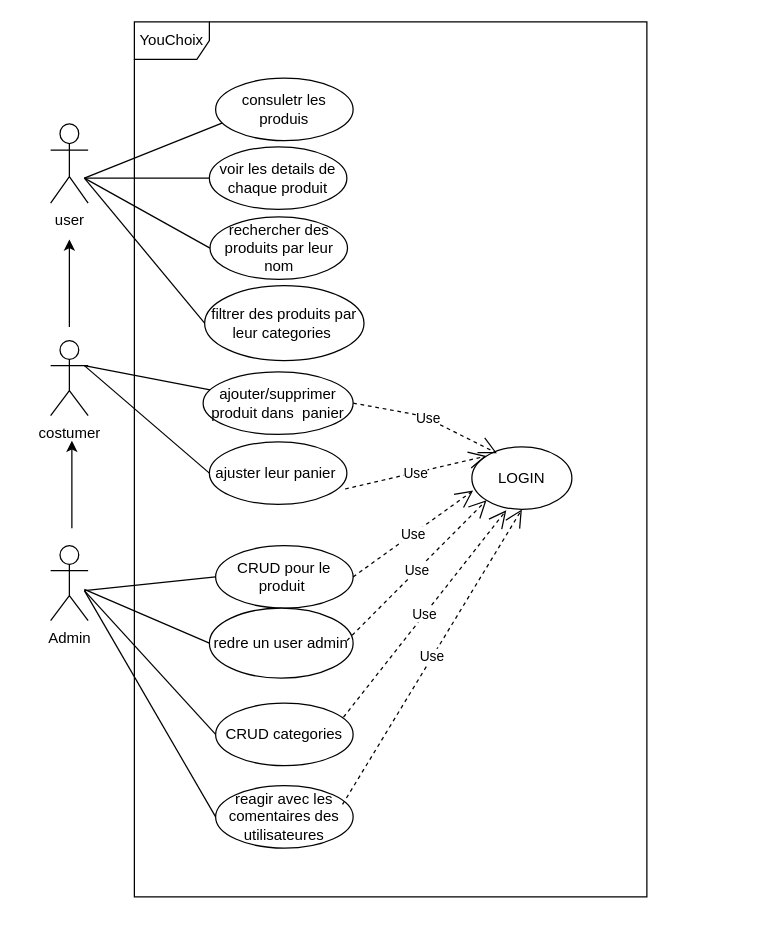
Earlier version of the draw.io diagram conception/DUC.drawio (AmeksaKhadija/FilRouge). Source tidied: cells renumbered, new cells numbered last; positions are measured from the earlier drawing's top-left corner, leaving out a move shared by most shapes. Both pictures are drawn from the tidied source at 125%, with x=0, y=0 at pixel (50, 21).
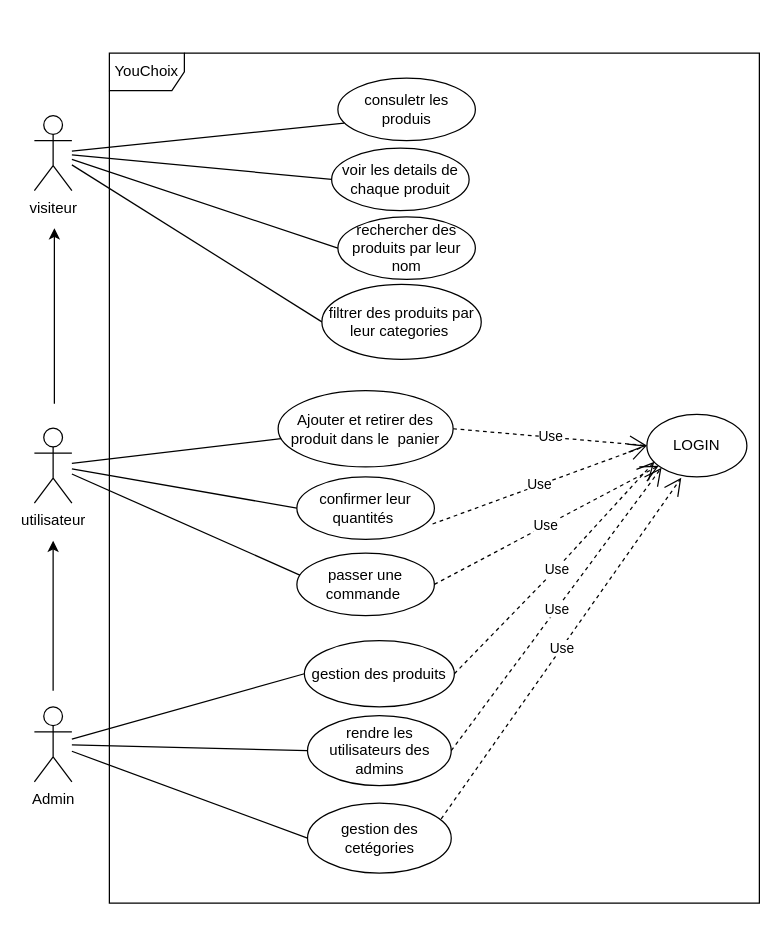
After the change.

Commit message (it also covers changes not shown here):
modification des diagrammes

What changed in the source:
```diff
@@
     <mxCell id="2" value="YouChoix" style="shape=umlFrame;whiteSpace=wrap;html=1;fillColor=default;" parent="1" vertex="1">
-      <mxGeometry x="67" width="410" height="700" as="geometry" />
+      <mxGeometry x="47" y="25" width="520" height="680" as="geometry" />
     </mxCell>
-    <mxCell id="3" value="costumer" style="shape=umlActor;verticalLabelPosition=bottom;labelBackgroundColor=#ffffff;verticalAlign=top;html=1;" parent="1" vertex="1">
-      <mxGeometry y="255" width="30" height="60" as="geometry" />
-    </mxCell>
     <mxCell id="4" value="consuletr les produis" style="ellipse;whiteSpace=wrap;html=1;" parent="1" vertex="1">
-      <mxGeometry x="132" y="45" width="110" height="50" as="geometry" />
+      <mxGeometry x="229.8" y="45" width="110" height="50" as="geometry" />
     </mxCell>
     <mxCell id="5" value="voir les details de chaque produit" style="ellipse;whiteSpace=wrap;html=1;" parent="1" vertex="1">
-      <mxGeometry x="127" y="100" width="110" height="50" as="geometry" />
+      <mxGeometry x="224.8" y="101" width="110" height="50" as="geometry" />
     </mxCell>
-    <mxCell id="6" value="ajouter/supprimer produit dans&amp;nbsp; panier" style="ellipse;whiteSpace=wrap;html=1;" parent="1" vertex="1">
-      <mxGeometry x="122" y="280" width="120" height="50" as="geometry" />
+    <mxCell id="6" value="Ajouter et retirer des produit dans le&amp;nbsp; panier" style="ellipse;whiteSpace=wrap;html=1;" parent="1" vertex="1">
+      <mxGeometry x="182" y="295" width="140" height="61" as="geometry" />
     </mxCell>
-    <mxCell id="7" value="ajuster leur panier&amp;nbsp;" style="ellipse;whiteSpace=wrap;html=1;" parent="1" vertex="1">
-      <mxGeometry x="127" y="336" width="110" height="50" as="geometry" />
+    <mxCell id="7" value="confirmer leur quantités&amp;nbsp;" style="ellipse;whiteSpace=wrap;html=1;" parent="1" vertex="1">
+      <mxGeometry x="197" y="364" width="110" height="50" as="geometry" />
     </mxCell>
-    <mxCell id="8" value="Admin" style="shape=umlActor;verticalLabelPosition=bottom;labelBackgroundColor=#ffffff;verticalAlign=top;html=1;" parent="1" vertex="1">
-      <mxGeometry y="419" width="30" height="60" as="geometry" />
-    </mxCell>
-    <mxCell id="9" value="CRUD pour le produit&amp;nbsp;" style="ellipse;whiteSpace=wrap;html=1;" parent="1" vertex="1">
-      <mxGeometry x="132" y="419" width="110" height="50" as="geometry" />
+    <mxCell id="9" value="gestion des produits" style="ellipse;whiteSpace=wrap;html=1;" parent="1" vertex="1">
+      <mxGeometry x="203" y="495" width="120" height="53" as="geometry" />
     </mxCell>
-    <mxCell id="10" value="reagir avec les comentaires des utilisateures" style="ellipse;whiteSpace=wrap;html=1;" parent="1" vertex="1">
-      <mxGeometry x="132" y="611" width="110" height="50" as="geometry" />
-    </mxCell>
-    <mxCell id="11" value="redre un user admin" style="ellipse;whiteSpace=wrap;html=1;" parent="1" vertex="1">
-      <mxGeometry x="127" y="469" width="115" height="56" as="geometry" />
+    <mxCell id="11" value="rendre les utilisateurs des admins" style="ellipse;whiteSpace=wrap;html=1;" parent="1" vertex="1">
+      <mxGeometry x="205.5" y="555" width="115" height="56" as="geometry" />
     </mxCell>
-    <mxCell id="12" value="CRUD categories" style="ellipse;whiteSpace=wrap;html=1;" parent="1" vertex="1">
-      <mxGeometry x="132" y="545" width="110" height="50" as="geometry" />
+    <mxCell id="12" value="gestion des cetégories" style="ellipse;whiteSpace=wrap;html=1;" parent="1" vertex="1">
+      <mxGeometry x="205.5" y="625" width="115" height="56" as="geometry" />
     </mxCell>
     <mxCell id="13" value="LOGIN" style="ellipse;whiteSpace=wrap;html=1;" parent="1" vertex="1">
-      <mxGeometry x="337" y="340" width="80" height="50" as="geometry" />
+      <mxGeometry x="477" y="314" width="80" height="50" as="geometry" />
     </mxCell>
     <mxCell id="14" style="endArrow=classic;html=1;" parent="1" edge="1">
       <mxGeometry relative="1" as="geometry">
-        <mxPoint x="17" y="405" as="sourcePoint" />
-        <mxPoint x="17" y="335" as="targetPoint" />
+        <mxPoint x="2" y="535" as="sourcePoint" />
+        <mxPoint x="2" y="415" as="targetPoint" />
       </mxGeometry>
     </mxCell>
-    <mxCell id="15" style="endArrow=none;html=1;" parent="1" edge="1" target="6">
-      <mxGeometry relative="1" as="geometry">
-        <mxPoint x="27" y="275" as="sourcePoint" />
-      </mxGeometry>
+    <mxCell id="15" style="endArrow=none;html=1;" parent="1" edge="1" source="36" target="6">
+      <mxGeometry relative="1" as="geometry" />
     </mxCell>
-    <mxCell id="16" style="endArrow=none;html=1;entryX=0;entryY=0.5;entryDx=0;entryDy=0;" parent="1" edge="1" target="7">
-      <mxGeometry relative="1" as="geometry">
-        <mxPoint x="27" y="275" as="sourcePoint" />
-      </mxGeometry>
+    <mxCell id="16" style="endArrow=none;html=1;entryX=0;entryY=0.5;entryDx=0;entryDy=0;" parent="1" edge="1" source="36" target="7">
+      <mxGeometry relative="1" as="geometry" />
     </mxCell>
-    <mxCell id="17" style="endArrow=none;html=1;entryX=0;entryY=0.5;entryDx=0;entryDy=0;" parent="1" edge="1" target="9">
-      <mxGeometry relative="1" as="geometry">
-        <mxPoint x="27" y="455" as="sourcePoint" />
-      </mxGeometry>
+    <mxCell id="17" style="endArrow=none;html=1;entryX=0;entryY=0.5;entryDx=0;entryDy=0;" parent="1" edge="1" source="8" target="9">
+      <mxGeometry relative="1" as="geometry" />
     </mxCell>
-    <mxCell id="18" style="endArrow=none;html=1;entryX=0;entryY=0.5;entryDx=0;entryDy=0;" parent="1" edge="1" target="11">
-      <mxGeometry relative="1" as="geometry">
-        <mxPoint x="27" y="454" as="sourcePoint" />
-      </mxGeometry>
+    <mxCell id="18" style="endArrow=none;html=1;entryX=0;entryY=0.5;entryDx=0;entryDy=0;" parent="1" edge="1" source="8" target="11">
+      <mxGeometry relative="1" as="geometry" />
     </mxCell>
-    <mxCell id="19" style="endArrow=none;html=1;entryX=0;entryY=0.5;entryDx=0;entryDy=0;" parent="1" edge="1" target="12">
-      <mxGeometry relative="1" as="geometry">
-        <mxPoint x="27" y="455" as="sourcePoint" />
-      </mxGeometry>
+    <mxCell id="19" style="endArrow=none;html=1;entryX=0;entryY=0.5;entryDx=0;entryDy=0;" parent="1" edge="1" source="8" target="12">
+      <mxGeometry relative="1" as="geometry" />
     </mxCell>
-    <mxCell id="20" style="endArrow=none;html=1;entryX=0;entryY=0.5;entryDx=0;entryDy=0;" parent="1" edge="1" target="10">
-      <mxGeometry relative="1" as="geometry">
-        <mxPoint x="27" y="455" as="sourcePoint" />
-      </mxGeometry>
-    </mxCell>
-    <mxCell id="21" style="endArrow=none;html=1;entryX=0;entryY=0.5;entryDx=0;entryDy=0;" parent="1" edge="1" target="5">
-      <mxGeometry relative="1" as="geometry">
-        <mxPoint x="27" y="125" as="sourcePoint" />
-      </mxGeometry>
+    <mxCell id="21" style="endArrow=none;html=1;entryX=0;entryY=0.5;entryDx=0;entryDy=0;" parent="1" edge="1" source="35" target="5">
+      <mxGeometry relative="1" as="geometry" />
     </mxCell>
-    <mxCell id="22" style="endArrow=none;html=1;entryX=0.046;entryY=0.72;entryDx=0;entryDy=0;entryPerimeter=0;" parent="1" edge="1" target="4">
-      <mxGeometry relative="1" as="geometry">
-        <mxPoint x="27" y="125" as="sourcePoint" />
-      </mxGeometry>
+    <mxCell id="22" style="endArrow=none;html=1;entryX=0.046;entryY=0.72;entryDx=0;entryDy=0;entryPerimeter=0;" parent="1" edge="1" source="35" target="4">
+      <mxGeometry relative="1" as="geometry" />
     </mxCell>
-    <mxCell id="23" value="Use" style="endArrow=open;endSize=12;dashed=1;html=1;exitX=0.923;exitY=0.301;exitDx=0;exitDy=0;exitPerimeter=0;entryX=0.5;entryY=1;entryDx=0;entryDy=0;" parent="1" edge="1" source="10" target="13">
-      <mxGeometry relative="1" as="geometry" />
-    </mxCell>
@@
-    <mxCell id="25" value="Use" style="endArrow=open;endSize=12;dashed=1;html=1;entryX=0;entryY=1;entryDx=0;entryDy=0;" parent="1" edge="1" target="13">
-      <mxGeometry relative="1" as="geometry">
-        <mxPoint x="237" y="495" as="sourcePoint" />
-      </mxGeometry>
+    <mxCell id="25" value="Use" style="endArrow=open;endSize=12;dashed=1;html=1;entryX=0;entryY=1;entryDx=0;entryDy=0;exitX=1;exitY=0.5;exitDx=0;exitDy=0;" parent="1" edge="1" source="11" target="13">
+      <mxGeometry relative="1" as="geometry" />
     </mxCell>
-    <mxCell id="26" value="Use" style="endArrow=open;endSize=12;dashed=1;html=1;exitX=1;exitY=0.5;exitDx=0;exitDy=0;" parent="1" edge="1" source="9">
+    <mxCell id="26" value="Use" style="endArrow=open;endSize=12;dashed=1;html=1;exitX=1;exitY=0.5;exitDx=0;exitDy=0;entryX=0.075;entryY=0.76;entryDx=0;entryDy=0;entryPerimeter=0;" parent="1" edge="1" source="9" target="13">
       <mxGeometry relative="1" as="geometry">
-        <mxPoint x="338" y="375" as="targetPoint" />
+        <Array as="points">
+          <mxPoint x="407" y="435" />
+        </Array>
       </mxGeometry>
     </mxCell>
-    <mxCell id="27" value="Use" style="endArrow=open;endSize=12;dashed=1;html=1;exitX=0.987;exitY=0.754;exitDx=0;exitDy=0;exitPerimeter=0;entryX=0;entryY=0;entryDx=0;entryDy=0;" parent="1" edge="1" source="7" target="13">
+    <mxCell id="27" value="Use" style="endArrow=open;endSize=12;dashed=1;html=1;exitX=0.987;exitY=0.754;exitDx=0;exitDy=0;exitPerimeter=0;entryX=0;entryY=0.5;entryDx=0;entryDy=0;" parent="1" edge="1" source="7" target="13">
       <mxGeometry relative="1" as="geometry" />
     </mxCell>
-    <mxCell id="28" value="Use" style="endArrow=open;endSize=12;dashed=1;html=1;exitX=1;exitY=0.5;exitDx=0;exitDy=0;" parent="1" edge="1" source="6">
-      <mxGeometry relative="1" as="geometry">
-        <mxPoint x="357" y="345" as="targetPoint" />
-        <Array as="points">
-          <mxPoint x="297" y="315" />
-        </Array>
-      </mxGeometry>
+    <mxCell id="28" value="Use" style="endArrow=open;endSize=12;dashed=1;html=1;exitX=1;exitY=0.5;exitDx=0;exitDy=0;entryX=0;entryY=0.5;entryDx=0;entryDy=0;" parent="1" edge="1" source="6" target="13">
+      <mxGeometry relative="1" as="geometry" />
     </mxCell>
-    <mxCell id="29" value="user" style="shape=umlActor;verticalLabelPosition=bottom;labelBackgroundColor=#ffffff;verticalAlign=top;html=1;" parent="1" vertex="1">
-      <mxGeometry y="81.5" width="30" height="63.5" as="geometry" />
-    </mxCell>
     <mxCell id="30" style="endArrow=classic;html=1;" parent="1" edge="1">
       <mxGeometry relative="1" as="geometry">
-        <mxPoint x="15" y="244" as="sourcePoint" />
-        <mxPoint x="15" y="174" as="targetPoint" />
+        <mxPoint x="3" y="305.5" as="sourcePoint" />
+        <mxPoint x="3" y="165" as="targetPoint" />
       </mxGeometry>
     </mxCell>
     <mxCell id="31" value="rechercher des produits par leur nom" style="ellipse;whiteSpace=wrap;html=1;" parent="1" vertex="1">
-      <mxGeometry x="127.5" y="156" width="110" height="50" as="geometry" />
+      <mxGeometry x="229.8" y="156" width="110" height="50" as="geometry" />
     </mxCell>
-    <mxCell id="32" style="endArrow=none;html=1;entryX=0;entryY=0.5;entryDx=0;entryDy=0;" parent="1" edge="1" target="31">
-      <mxGeometry relative="1" as="geometry">
-        <mxPoint x="27" y="125" as="sourcePoint" />
-      </mxGeometry>
+    <mxCell id="32" style="endArrow=none;html=1;entryX=0;entryY=0.5;entryDx=0;entryDy=0;" parent="1" edge="1" source="35" target="31">
+      <mxGeometry relative="1" as="geometry" />
     </mxCell>
     <mxCell id="33" value="filtrer des produits par leur categories&amp;nbsp;" style="ellipse;whiteSpace=wrap;html=1;" parent="1" vertex="1">
-      <mxGeometry x="123.2" y="211" width="127.5" height="60" as="geometry" />
+      <mxGeometry x="217" y="210" width="127.5" height="60" as="geometry" />
     </mxCell>
-    <mxCell id="34" style="endArrow=none;html=1;entryX=0;entryY=0.5;entryDx=0;entryDy=0;" parent="1" edge="1" target="33">
-      <mxGeometry relative="1" as="geometry">
-        <mxPoint x="27" y="125" as="sourcePoint" />
-      </mxGeometry>
+    <mxCell id="34" style="endArrow=none;html=1;entryX=0;entryY=0.5;entryDx=0;entryDy=0;" parent="1" edge="1" source="35" target="33">
+      <mxGeometry relative="1" as="geometry" />
     </mxCell>
+    <mxCell id="35" value="visiteur" style="shape=umlActor;verticalLabelPosition=bottom;verticalAlign=top;html=1;" parent="1" vertex="1">
+      <mxGeometry x="-13" y="75" width="30" height="60" as="geometry" />
+    </mxCell>
+    <mxCell id="36" value="utilisateur" style="shape=umlActor;verticalLabelPosition=bottom;verticalAlign=top;html=1;" parent="1" vertex="1">
+      <mxGeometry x="-13" y="325" width="30" height="60" as="geometry" />
+    </mxCell>
+    <mxCell id="37" style="endArrow=none;html=1;entryX=0.091;entryY=0.42;entryDx=0;entryDy=0;entryPerimeter=0;" parent="1" edge="1" source="36" target="38">
+      <mxGeometry relative="1" as="geometry" />
+    </mxCell>
+    <mxCell id="38" value="passer une commande&amp;nbsp;" style="ellipse;whiteSpace=wrap;html=1;" parent="1" vertex="1">
+      <mxGeometry x="197" y="425" width="110" height="50" as="geometry" />
+    </mxCell>
+    <mxCell id="23" value="Use" style="endArrow=open;endSize=12;dashed=1;html=1;exitX=1;exitY=0.5;exitDx=0;exitDy=0;" parent="1" edge="1" source="38" target="13">
+      <mxGeometry relative="1" as="geometry" />
+    </mxCell>
+    <mxCell id="8" value="Admin" style="shape=umlActor;verticalLabelPosition=bottom;verticalAlign=top;html=1;" parent="1" vertex="1">
+      <mxGeometry x="-13" y="548" width="30" height="60" as="geometry" />
+    </mxCell>
```
